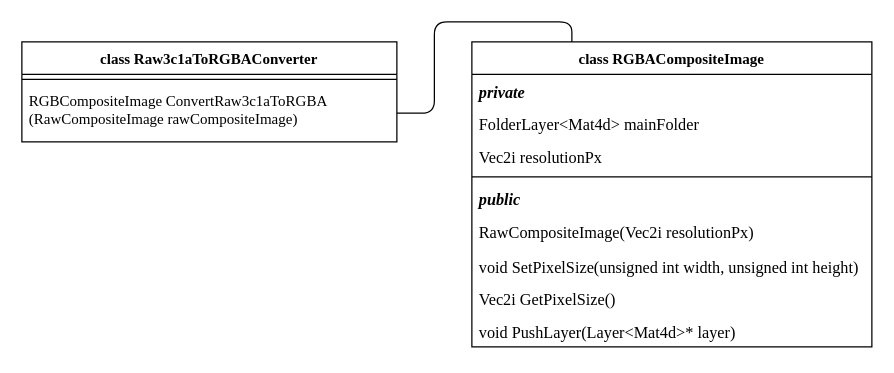
SpatiumOwl/ComplexSky-2.0 keeps this draw.io diagram as page "CompositeProcessing" (6 of 8) of Docs/Class diagrams.drawio. Above is the earlier version. Source tidied: cells renumbered, new cells numbered last; positions are measured from the earlier drawing's top-left corner, leaving out a move shared by most shapes. Both pictures are drawn from the tidied source at 125%, with x=0, y=0 at pixel (21, 21).
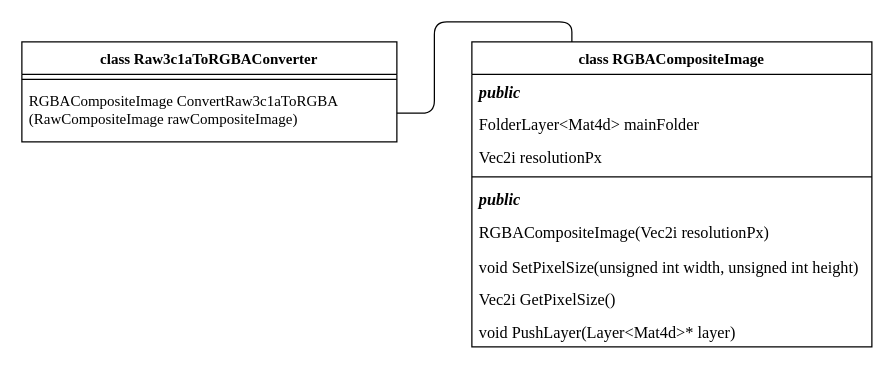
Above is the later version.

Commit message (it also covers changes not shown here):
Added RGBACompositeImage definition

What changed in the source:
```diff
@@
 <mxGraphModel>
   <root>
     <mxCell id="0" />
     <mxCell id="1" parent="0" />
     <mxCell id="2" value="class Raw3c1aToRGBAConverter" style="swimlane;fontStyle=1;align=center;verticalAlign=top;horizontal=1;startSize=26;whiteSpace=wrap;html=1;fontFamily=Times New Roman;" parent="1" vertex="1">
       <mxGeometry y="16" width="300" height="80" as="geometry" />
     </mxCell>
     <mxCell id="3" style="line;strokeWidth=1;fillColor=none;align=left;verticalAlign=middle;spacingTop=-1;spacingLeft=3;spacingRight=3;labelPosition=right;strokeColor=inherit;" parent="2" vertex="1">
       <mxGeometry y="26" width="300" height="8" as="geometry" />
     </mxCell>
-    <mxCell id="4" value="RGBCompositeImage ConvertRaw3c1aToRGBA (RawCompositeImage rawCompositeImage)" style="text;strokeColor=none;fillColor=none;align=left;verticalAlign=top;spacingLeft=4;spacingRight=4;overflow=hidden;points=[[0,0.5],[1,0.5]];portConstraint=eastwest;whiteSpace=wrap;html=1;fontFamily=Times New Roman;" parent="2" vertex="1">
+    <mxCell id="4" value="RGBACompositeImage ConvertRaw3c1aToRGBA (RawCompositeImage rawCompositeImage)" style="text;strokeColor=none;fillColor=none;align=left;verticalAlign=top;spacingLeft=4;spacingRight=4;overflow=hidden;points=[[0,0.5],[1,0.5]];portConstraint=eastwest;whiteSpace=wrap;html=1;fontFamily=Times New Roman;" parent="2" vertex="1">
       <mxGeometry y="34" width="300" height="46" as="geometry" />
     </mxCell>
     <mxCell id="5" value="class RGBACompositeImage" style="swimlane;fontStyle=1;align=center;verticalAlign=top;horizontal=1;startSize=26;whiteSpace=wrap;html=1;fontFamily=Times New Roman;" parent="1" vertex="1">
       <mxGeometry x="360" y="16" width="320" height="244" as="geometry" />
     </mxCell>
-    <mxCell id="6" value="private" style="text;strokeColor=none;fillColor=none;align=left;verticalAlign=top;spacingLeft=4;spacingRight=4;overflow=hidden;fontStyle=3;fontFamily=Times New Roman;fontSize=13;" parent="5" vertex="1">
+    <mxCell id="6" value="public" style="text;strokeColor=none;fillColor=none;align=left;verticalAlign=top;spacingLeft=4;spacingRight=4;overflow=hidden;fontStyle=3;fontFamily=Times New Roman;fontSize=13;" parent="5" vertex="1">
       <mxGeometry y="26" width="320" height="26" as="geometry" />
     </mxCell>
     <mxCell id="7" value="FolderLayer&lt;Mat4d&gt; mainFolder" style="text;strokeColor=none;fillColor=none;align=left;verticalAlign=top;spacingLeft=4;spacingRight=4;overflow=hidden;fontFamily=Times New Roman;fontSize=13;" parent="5" vertex="1">
       <mxGeometry y="52" width="320" height="26" as="geometry" />
     </mxCell>
     <mxCell id="8" value="Vec2i resolutionPx" style="text;strokeColor=none;fillColor=none;align=left;verticalAlign=top;spacingLeft=4;spacingRight=4;overflow=hidden;fontFamily=Times New Roman;fontSize=13;" parent="5" vertex="1">
       <mxGeometry y="78" width="320" height="26" as="geometry" />
     </mxCell>
     <mxCell id="9" style="line;strokeWidth=1;fillColor=none;align=left;verticalAlign=middle;spacingTop=-1;spacingLeft=3;spacingRight=3;labelPosition=right;strokeColor=inherit;" parent="5" vertex="1">
       <mxGeometry y="104" width="320" height="8" as="geometry" />
     </mxCell>
     <mxCell id="10" value="public" style="text;strokeColor=none;fillColor=none;align=left;verticalAlign=top;spacingLeft=4;spacingRight=4;overflow=hidden;fontStyle=3;fontFamily=Times New Roman;fontSize=13;" parent="5" vertex="1">
       <mxGeometry y="112" width="320" height="26" as="geometry" />
     </mxCell>
-    <mxCell id="11" value="RawCompositeImage(Vec2i resolutionPx)" style="text;strokeColor=none;fillColor=none;align=left;verticalAlign=top;spacingLeft=4;spacingRight=4;overflow=hidden;whiteSpace=wrap;html=1;fontFamily=Times New Roman;fontSize=13;" parent="5" vertex="1">
+    <mxCell id="11" value="RGBACompositeImage(Vec2i resolutionPx)" style="text;strokeColor=none;fillColor=none;align=left;verticalAlign=top;spacingLeft=4;spacingRight=4;overflow=hidden;whiteSpace=wrap;html=1;fontFamily=Times New Roman;fontSize=13;" parent="5" vertex="1">
       <mxGeometry y="138" width="320" height="28" as="geometry" />
     </mxCell>
     <mxCell id="12" value="void SetPixelSize(unsigned int width, unsigned int height)" style="text;strokeColor=none;fillColor=none;align=left;verticalAlign=top;spacingLeft=4;spacingRight=4;overflow=hidden;fontFamily=Times New Roman;fontSize=13;" parent="5" vertex="1">
       <mxGeometry y="166" width="320" height="26" as="geometry" />
     </mxCell>
     <mxCell id="13" value="Vec2i GetPixelSize()" style="text;strokeColor=none;fillColor=none;align=left;verticalAlign=top;spacingLeft=4;spacingRight=4;overflow=hidden;fontFamily=Times New Roman;fontSize=13;" parent="5" vertex="1">
       <mxGeometry y="192" width="320" height="26" as="geometry" />
     </mxCell>
     <mxCell id="14" value="void PushLayer(Layer&lt;Mat4d&gt;* layer)" style="text;strokeColor=none;fillColor=none;align=left;verticalAlign=top;spacingLeft=4;spacingRight=4;overflow=hidden;fontFamily=Times New Roman;fontSize=13;" parent="5" vertex="1">
       <mxGeometry y="218" width="320" height="26" as="geometry" />
     </mxCell>
     <mxCell id="15" style="edgeStyle=orthogonalEdgeStyle;jettySize=auto;html=1;exitX=1;exitY=0.5;exitDx=0;exitDy=0;entryX=0.25;entryY=0;entryDx=0;entryDy=0;endArrow=none;endFill=0;rounded=1;" parent="1" edge="1" source="4" target="5">
       <mxGeometry relative="1" as="geometry">
         <Array as="points">
           <mxPoint x="330" y="73" />
           <mxPoint x="330" />
           <mxPoint x="440" />
         </Array>
       </mxGeometry>
     </mxCell>
   </root>
 </mxGraphModel>
```
